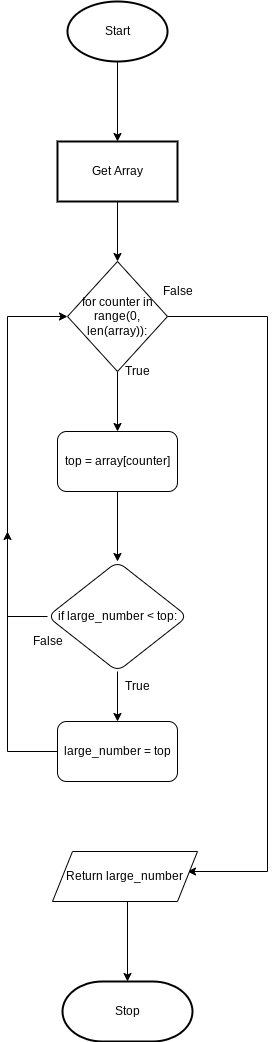
Before: flowchart.png, a diagram exported from draw.io (Ethan-Prieur1/ICS3U-Unit6-02-Python). Source tidied: cells renumbered, new cells last; positions are measured from the earlier drawing's top-left corner, leaving out a move shared by most shapes.
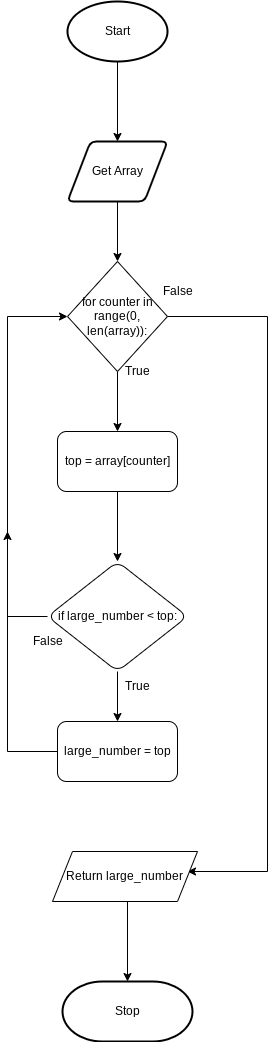
Later version of the same file.

Diff of the diagram source:
```diff
@@ -2,8 +2,10 @@
   <root>
     <mxCell id="0" />
     <mxCell id="1" parent="0" />
-    <mxCell id="2" style="edgeStyle=none;html=1;" parent="1" edge="1" source="3" target="21">
-      <mxGeometry relative="1" as="geometry" />
+    <mxCell id="2" style="edgeStyle=none;html=1;" parent="1" edge="1" source="3">
+      <mxGeometry relative="1" as="geometry">
+        <mxPoint x="110" y="140" as="targetPoint" />
+      </mxGeometry>
     </mxCell>
     <mxCell id="3" value="Start" style="strokeWidth=2;html=1;shape=mxgraph.flowchart.start_1;whiteSpace=wrap;" parent="1" vertex="1">
       <mxGeometry x="60" width="100" height="60" as="geometry" />
@@ -71,14 +73,16 @@
     <mxCell id="19" value="True" style="text;html=1;align=center;verticalAlign=middle;strokeColor=none;fillColor=none;" parent="1" vertex="1">
       <mxGeometry x="110" y="675" width="40" height="20" as="geometry" />
     </mxCell>
-    <mxCell id="20" style="edgeStyle=none;html=1;" parent="1" edge="1" source="21" target="7">
-      <mxGeometry relative="1" as="geometry" />
+    <mxCell id="20" style="edgeStyle=none;html=1;" parent="1" edge="1" target="7">
+      <mxGeometry relative="1" as="geometry">
+        <mxPoint x="110" y="200" as="sourcePoint" />
+      </mxGeometry>
     </mxCell>
+    <mxCell id="22" value="&lt;span&gt;Return large_number&lt;/span&gt;" style="shape=parallelogram;perimeter=parallelogramPerimeter;whiteSpace=wrap;html=1;fixedSize=1;" parent="1" vertex="1">
+      <mxGeometry x="45" y="850" width="145" height="50" as="geometry" />
+    </mxCell>
-    <mxCell id="21" value="Get Array" style="whiteSpace=wrap;html=1;strokeWidth=2;" parent="1" vertex="1">
-      <mxGeometry x="50" y="140" width="120" height="60" as="geometry" />
+    <mxCell id="21" value="Get Array" style="shape=parallelogram;html=1;strokeWidth=2;perimeter=parallelogramPerimeter;whiteSpace=wrap;rounded=1;arcSize=12;size=0.23;" parent="1" vertex="1">
+      <mxGeometry x="60" y="140" width="100" height="60" as="geometry" />
     </mxCell>
-    <mxCell id="22" value="&lt;span&gt;Return large_number&lt;/span&gt;" style="shape=parallelogram;perimeter=parallelogramPerimeter;whiteSpace=wrap;html=1;fixedSize=1;" parent="1" vertex="1">
-      <mxGeometry x="45" y="850" width="145" height="50" as="geometry" />
-    </mxCell>
   </root>
 </mxGraphModel>
```
